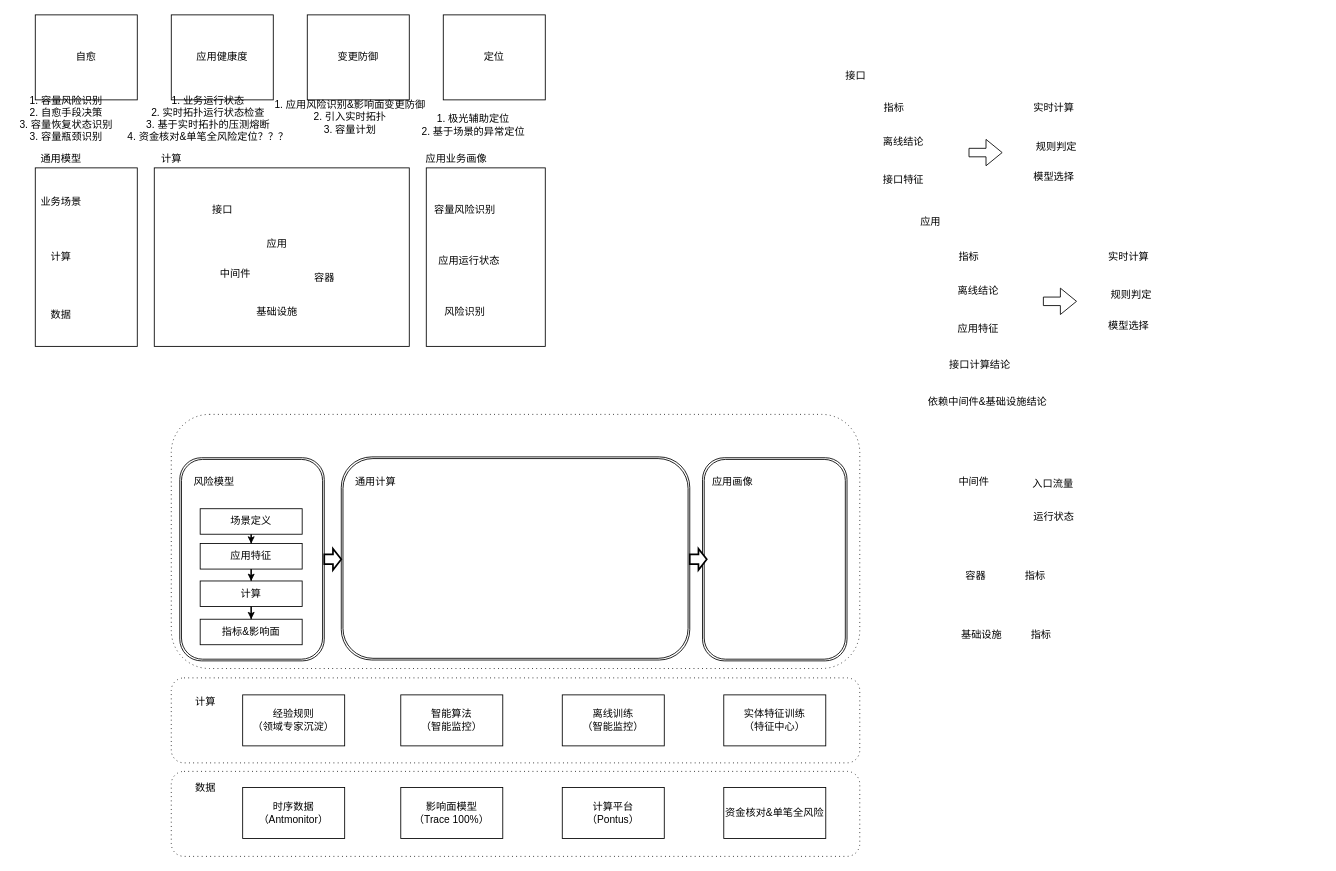
This is 应用画像大图.drawio from frankneu/draw.io, a draw.io file, before an edit. Source tidied: cells renumbered, new cells numbered last; positions are measured from the earlier drawing's top-left corner, leaving out a move shared by most shapes. Both pictures are drawn from the tidied source at 85%, with x=0, y=0 at pixel (14, 14).
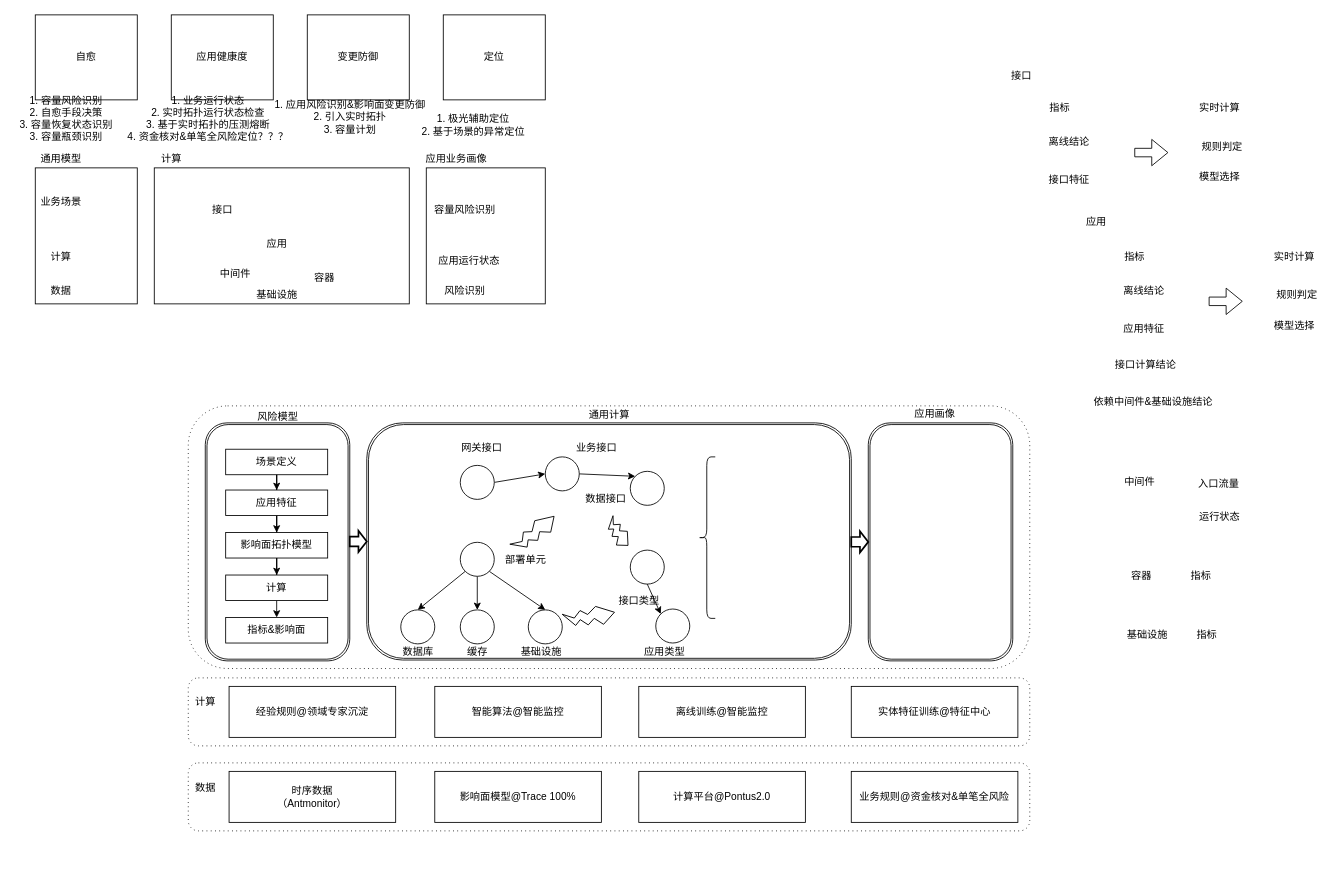
The same diagram, later.

Commit message:
Update 应用画像大图.drawio

The edit, as a diff of the source:
```diff
@@
     <mxCell id="2" style="shape=ext;rounded=1;html=1;whiteSpace=wrap;dashed=1;dashPattern=1 4;" parent="1" vertex="1">
-      <mxGeometry x="184" y="470" width="810" height="299" as="geometry" />
+      <mxGeometry x="204" y="460" width="990" height="309" as="geometry" />
     </mxCell>
     <mxCell id="3" style="shape=ext;rounded=1;html=1;whiteSpace=wrap;dashed=1;dashPattern=1 4;" parent="1" vertex="1">
-      <mxGeometry x="184" y="780" width="810" height="100" as="geometry" />
+      <mxGeometry x="204" y="780" width="990" height="80" as="geometry" />
     </mxCell>
     <mxCell id="4" style="shape=ext;rounded=1;html=1;whiteSpace=wrap;dashed=1;dashPattern=1 4;" parent="1" vertex="1">
-      <mxGeometry x="184" y="890" width="810" height="100" as="geometry" />
+      <mxGeometry x="204" y="880" width="990" height="80" as="geometry" />
     </mxCell>
     <mxCell id="5" value="时序数据&lt;br&gt;（Antmonitor）" style="rounded=0;whiteSpace=wrap;html=1;" parent="1" vertex="1">
-      <mxGeometry x="268" y="909" width="120" height="60" as="geometry" />
+      <mxGeometry x="252" y="890" width="196" height="60" as="geometry" />
     </mxCell>
-    <mxCell id="6" value="影响面模型&lt;br&gt;（Trace 100%）" style="rounded=0;whiteSpace=wrap;html=1;" parent="1" vertex="1">
-      <mxGeometry x="454" y="909" width="120" height="60" as="geometry" />
+    <mxCell id="6" value="影响面模型@Trace 100%" style="rounded=0;whiteSpace=wrap;html=1;" parent="1" vertex="1">
+      <mxGeometry x="494" y="890" width="196" height="60" as="geometry" />
     </mxCell>
-    <mxCell id="7" value="计算平台&lt;br&gt;（Pontus）" style="rounded=0;whiteSpace=wrap;html=1;" parent="1" vertex="1">
-      <mxGeometry x="644" y="909" width="120" height="60" as="geometry" />
+    <mxCell id="7" value="计算平台@Pontus2.0" style="rounded=0;whiteSpace=wrap;html=1;" parent="1" vertex="1">
+      <mxGeometry x="734" y="890" width="196" height="60" as="geometry" />
     </mxCell>
-    <mxCell id="8" value="经验规则&lt;br&gt;（领域专家沉淀）" style="rounded=0;whiteSpace=wrap;html=1;" parent="1" vertex="1">
-      <mxGeometry x="268" y="800" width="120" height="60" as="geometry" />
+    <mxCell id="8" value="经验规则@领域专家沉淀" style="rounded=0;whiteSpace=wrap;html=1;" parent="1" vertex="1">
+      <mxGeometry x="252" y="790" width="196" height="60" as="geometry" />
     </mxCell>
-    <mxCell id="9" value="智能算法&lt;br&gt;（智能监控）" style="rounded=0;whiteSpace=wrap;html=1;" parent="1" vertex="1">
-      <mxGeometry x="454" y="800" width="120" height="60" as="geometry" />
+    <mxCell id="9" value="智能算法@智能监控" style="rounded=0;whiteSpace=wrap;html=1;" parent="1" vertex="1">
+      <mxGeometry x="494" y="790" width="196" height="60" as="geometry" />
     </mxCell>
-    <mxCell id="10" value="离线训练&lt;br&gt;（智能监控）" style="rounded=0;whiteSpace=wrap;html=1;" parent="1" vertex="1">
-      <mxGeometry x="644" y="800" width="120" height="60" as="geometry" />
+    <mxCell id="10" value="离线训练@智能监控" style="rounded=0;whiteSpace=wrap;html=1;" parent="1" vertex="1">
+      <mxGeometry x="734" y="790" width="196" height="60" as="geometry" />
     </mxCell>
     <mxCell id="11" style="rounded=0;whiteSpace=wrap;html=1;" parent="1" vertex="1">
-      <mxGeometry x="24" y="180" width="120" height="210" as="geometry" />
+      <mxGeometry x="24" y="180" width="120" height="160" as="geometry" />
     </mxCell>
@@
     <mxCell id="15" style="rounded=0;whiteSpace=wrap;html=1;" parent="1" vertex="1">
-      <mxGeometry x="164" y="180" width="300" height="210" as="geometry" />
+      <mxGeometry x="164" y="180" width="300" height="160" as="geometry" />
     </mxCell>
     <mxCell id="16" style="rounded=0;whiteSpace=wrap;html=1;" parent="1" vertex="1">
-      <mxGeometry x="484" y="180" width="140" height="210" as="geometry" />
+      <mxGeometry x="484" y="180" width="140" height="160" as="geometry" />
     </mxCell>
@@
     <mxCell id="27" value="数据" style="text;html=1;align=center;verticalAlign=middle;" parent="1" vertex="1">
-      <mxGeometry x="34" y="343" width="40" height="20" as="geometry" />
+      <mxGeometry x="34" y="315" width="40" height="20" as="geometry" />
     </mxCell>
@@
     <mxCell id="30" value="风险识别" style="text;html=1;align=center;verticalAlign=middle;" parent="1" vertex="1">
-      <mxGeometry x="499" y="340" width="60" height="20" as="geometry" />
+      <mxGeometry x="499" y="315" width="60" height="20" as="geometry" />
     </mxCell>
@@
     <mxCell id="35" value="基础设施" style="text;html=1;align=center;verticalAlign=middle;" parent="1" vertex="1">
-      <mxGeometry x="278" y="340" width="60" height="20" as="geometry" />
+      <mxGeometry x="278" y="320" width="60" height="20" as="geometry" />
     </mxCell>
     <mxCell id="36" value="指标" style="text;html=1;align=center;verticalAlign=middle;" parent="1" vertex="1">
-      <mxGeometry x="1101.5" y="275" width="40" height="20" as="geometry" />
+      <mxGeometry x="1296.5" y="275" width="40" height="20" as="geometry" />
     </mxCell>
     <mxCell id="37" value="离线结论" style="text;html=1;align=center;verticalAlign=middle;" parent="1" vertex="1">
-      <mxGeometry x="1102.5" y="315" width="60" height="20" as="geometry" />
+      <mxGeometry x="1297.5" y="315" width="60" height="20" as="geometry" />
     </mxCell>
     <mxCell id="38" value="应用特征" style="text;html=1;align=center;verticalAlign=middle;" parent="1" vertex="1">
-      <mxGeometry x="1102.5" y="359" width="60" height="20" as="geometry" />
+      <mxGeometry x="1297.5" y="359" width="60" height="20" as="geometry" />
     </mxCell>
     <mxCell id="39" value="实时计算" style="text;html=1;align=center;verticalAlign=middle;" parent="1" vertex="1">
-      <mxGeometry x="1279.5" y="275" width="60" height="20" as="geometry" />
+      <mxGeometry x="1474.5" y="275" width="60" height="20" as="geometry" />
     </mxCell>
     <mxCell id="40" value="规则判定" style="text;html=1;align=center;verticalAlign=middle;" parent="1" vertex="1">
-      <mxGeometry x="1282.5" y="320" width="60" height="20" as="geometry" />
+      <mxGeometry x="1477.5" y="320" width="60" height="20" as="geometry" />
     </mxCell>
     <mxCell id="41" value="模型选择" style="text;html=1;align=center;verticalAlign=middle;" parent="1" vertex="1">
-      <mxGeometry x="1279.5" y="356" width="60" height="20" as="geometry" />
+      <mxGeometry x="1474.5" y="356" width="60" height="20" as="geometry" />
     </mxCell>
     <mxCell id="42" style="shape=flexArrow;endArrow=classic;html=1;" parent="1" edge="1">
       <mxGeometry relative="1" as="geometry">
-        <mxPoint x="1209.5" y="337" as="sourcePoint" />
-        <mxPoint x="1249.5" y="337" as="targetPoint" />
+        <mxPoint x="1404.5" y="337" as="sourcePoint" />
+        <mxPoint x="1444.5" y="337" as="targetPoint" />
       </mxGeometry>
     </mxCell>
     <mxCell id="43" value="指标" style="text;html=1;align=center;verticalAlign=middle;" parent="1" vertex="1">
-      <mxGeometry x="1014" y="100" width="40" height="20" as="geometry" />
+      <mxGeometry x="1209" y="100" width="40" height="20" as="geometry" />
     </mxCell>
     <mxCell id="44" value="离线结论" style="text;html=1;align=center;verticalAlign=middle;" parent="1" vertex="1">
-      <mxGeometry x="1015" y="140" width="60" height="20" as="geometry" />
+      <mxGeometry x="1210" y="140" width="60" height="20" as="geometry" />
     </mxCell>
     <mxCell id="45" value="接口特征" style="text;html=1;align=center;verticalAlign=middle;" parent="1" vertex="1">
-      <mxGeometry x="1015" y="184" width="60" height="20" as="geometry" />
+      <mxGeometry x="1210" y="184" width="60" height="20" as="geometry" />
     </mxCell>
     <mxCell id="46" value="实时计算" style="text;html=1;align=center;verticalAlign=middle;" parent="1" vertex="1">
-      <mxGeometry x="1192" y="100" width="60" height="20" as="geometry" />
+      <mxGeometry x="1387" y="100" width="60" height="20" as="geometry" />
     </mxCell>
     <mxCell id="47" value="规则判定" style="text;html=1;align=center;verticalAlign=middle;" parent="1" vertex="1">
-      <mxGeometry x="1195" y="145" width="60" height="20" as="geometry" />
+      <mxGeometry x="1390" y="145" width="60" height="20" as="geometry" />
     </mxCell>
     <mxCell id="48" value="模型选择" style="text;html=1;align=center;verticalAlign=middle;" parent="1" vertex="1">
-      <mxGeometry x="1192" y="181" width="60" height="20" as="geometry" />
+      <mxGeometry x="1387" y="181" width="60" height="20" as="geometry" />
     </mxCell>
     <mxCell id="49" style="shape=flexArrow;endArrow=classic;html=1;" parent="1" edge="1">
       <mxGeometry relative="1" as="geometry">
-        <mxPoint x="1122" y="162" as="sourcePoint" />
-        <mxPoint x="1162" y="162" as="targetPoint" />
+        <mxPoint x="1317" y="162" as="sourcePoint" />
+        <mxPoint x="1357" y="162" as="targetPoint" />
       </mxGeometry>
     </mxCell>
     <mxCell id="50" value="接口" style="text;html=1;align=center;verticalAlign=middle;" parent="1" vertex="1">
-      <mxGeometry x="969" y="62" width="40" height="20" as="geometry" />
+      <mxGeometry x="1164" y="62" width="40" height="20" as="geometry" />
     </mxCell>
     <mxCell id="51" value="应用" style="text;html=1;align=center;verticalAlign=middle;" parent="1" vertex="1">
-      <mxGeometry x="1056.5" y="234" width="40" height="20" as="geometry" />
+      <mxGeometry x="1251.5" y="234" width="40" height="20" as="geometry" />
     </mxCell>
     <mxCell id="52" value="接口计算结论" style="text;html=1;align=center;verticalAlign=middle;" parent="1" vertex="1">
-      <mxGeometry x="1089.5" y="402" width="90" height="20" as="geometry" />
+      <mxGeometry x="1284.5" y="402" width="90" height="20" as="geometry" />
     </mxCell>
     <mxCell id="53" value="依赖中间件&amp;amp;基础设施结论" style="text;html=1;align=center;verticalAlign=middle;" parent="1" vertex="1">
-      <mxGeometry x="1063.5" y="445" width="160" height="20" as="geometry" />
+      <mxGeometry x="1258.5" y="445" width="160" height="20" as="geometry" />
     </mxCell>
     <mxCell id="54" value="中间件" style="text;html=1;align=center;verticalAlign=middle;" parent="1" vertex="1">
-      <mxGeometry x="1103" y="540" width="50" height="20" as="geometry" />
+      <mxGeometry x="1298" y="540" width="50" height="20" as="geometry" />
     </mxCell>
     <mxCell id="55" value="入口流量" style="text;html=1;align=center;verticalAlign=middle;" parent="1" vertex="1">
-      <mxGeometry x="1191" y="542" width="60" height="20" as="geometry" />
+      <mxGeometry x="1386" y="542" width="60" height="20" as="geometry" />
     </mxCell>
     <mxCell id="56" value="运行状态" style="text;html=1;align=center;verticalAlign=middle;" parent="1" vertex="1">
-      <mxGeometry x="1192" y="581" width="60" height="20" as="geometry" />
+      <mxGeometry x="1387" y="581" width="60" height="20" as="geometry" />
     </mxCell>
     <mxCell id="57" value="基础设施" style="text;html=1;align=center;verticalAlign=middle;" parent="1" vertex="1">
-      <mxGeometry x="1106.5" y="720" width="60" height="20" as="geometry" />
+      <mxGeometry x="1301.5" y="720" width="60" height="20" as="geometry" />
     </mxCell>
     <mxCell id="58" value="指标" style="text;html=1;align=center;verticalAlign=middle;" parent="1" vertex="1">
-      <mxGeometry x="1186.5" y="720" width="40" height="20" as="geometry" />
+      <mxGeometry x="1381.5" y="720" width="40" height="20" as="geometry" />
     </mxCell>
     <mxCell id="59" value="容器" style="text;html=1;align=center;verticalAlign=middle;" parent="1" vertex="1">
-      <mxGeometry x="1109.5" y="650" width="40" height="20" as="geometry" />
+      <mxGeometry x="1304.5" y="650" width="40" height="20" as="geometry" />
     </mxCell>
     <mxCell id="60" value="指标" style="text;html=1;align=center;verticalAlign=middle;" parent="1" vertex="1">
-      <mxGeometry x="1179.5" y="650" width="40" height="20" as="geometry" />
+      <mxGeometry x="1374.5" y="650" width="40" height="20" as="geometry" />
     </mxCell>
-    <mxCell id="61" value="资金核对&amp;amp;单笔全风险" style="rounded=0;whiteSpace=wrap;html=1;" parent="1" vertex="1">
-      <mxGeometry x="834" y="909" width="120" height="60" as="geometry" />
+    <mxCell id="61" value="业务规则@资金核对&amp;amp;单笔全风险" style="rounded=0;whiteSpace=wrap;html=1;" parent="1" vertex="1">
+      <mxGeometry x="984" y="890" width="196" height="60" as="geometry" />
     </mxCell>
@@
-    <mxCell id="64" value="实体特征训练&lt;br&gt;（特征中心）" style="rounded=0;whiteSpace=wrap;html=1;" parent="1" vertex="1">
-      <mxGeometry x="834" y="800" width="120" height="60" as="geometry" />
-    </mxCell>
     <mxCell id="65" style="shape=ext;rounded=1;html=1;whiteSpace=wrap;double=1;" parent="1" vertex="1">
-      <mxGeometry x="194" y="521" width="170" height="239" as="geometry" />
+      <mxGeometry x="224" y="480" width="170" height="280" as="geometry" />
     </mxCell>
     <mxCell id="66" style="shape=ext;rounded=1;html=1;whiteSpace=wrap;double=1;" parent="1" vertex="1">
-      <mxGeometry x="384" y="520" width="410" height="239" as="geometry" />
+      <mxGeometry x="414" y="480" width="570" height="279" as="geometry" />
     </mxCell>
     <mxCell id="67" style="shape=ext;rounded=1;html=1;whiteSpace=wrap;double=1;" parent="1" vertex="1">
-      <mxGeometry x="809" y="521" width="170" height="239" as="geometry" />
+      <mxGeometry x="1004" y="480" width="170" height="280" as="geometry" />
     </mxCell>
     <mxCell id="68" value="风险模型" style="text;html=1;align=center;verticalAlign=middle;" parent="1" vertex="1">
-      <mxGeometry x="204" y="540" width="60" height="20" as="geometry" />
+      <mxGeometry x="279" y="463" width="60" height="20" as="geometry" />
     </mxCell>
     <mxCell id="69" value="通用计算" style="text;html=1;align=center;verticalAlign=middle;" parent="1" vertex="1">
-      <mxGeometry x="394" y="540" width="60" height="20" as="geometry" />
+      <mxGeometry x="669" y="460.5" width="60" height="20" as="geometry" />
     </mxCell>
     <mxCell id="70" value="应用画像" style="text;html=1;align=center;verticalAlign=middle;" parent="1" vertex="1">
-      <mxGeometry x="814" y="540" width="60" height="20" as="geometry" />
+      <mxGeometry x="1052" y="460" width="60" height="20" as="geometry" />
     </mxCell>
     <mxCell id="71" style="verticalLabelPosition=bottom;verticalAlign=top;html=1;strokeWidth=2;shape=mxgraph.arrows2.arrow;dy=0.54;dx=9.79;notch=0;" parent="1" vertex="1">
-      <mxGeometry x="364" y="628" width="20" height="25" as="geometry" />
+      <mxGeometry x="394" y="607" width="20" height="25" as="geometry" />
     </mxCell>
     <mxCell id="72" style="verticalLabelPosition=bottom;verticalAlign=top;html=1;strokeWidth=2;shape=mxgraph.arrows2.arrow;dy=0.54;dx=9.79;notch=0;" parent="1" vertex="1">
-      <mxGeometry x="794" y="628" width="20" height="25" as="geometry" />
+      <mxGeometry x="984" y="607.5" width="20" height="25" as="geometry" />
     </mxCell>
@@
     <mxCell id="74" value="场景定义" style="rounded=0;whiteSpace=wrap;html=1;" parent="1" vertex="1">
-      <mxGeometry x="218" y="581" width="120" height="30" as="geometry" />
+      <mxGeometry x="248" y="511" width="120" height="30" as="geometry" />
     </mxCell>
@@
     <mxCell id="76" value="应用特征" style="rounded=0;whiteSpace=wrap;html=1;" parent="1" vertex="1">
-      <mxGeometry x="218" y="622" width="120" height="30" as="geometry" />
+      <mxGeometry x="248" y="559" width="120" height="30" as="geometry" />
     </mxCell>
@@
-    <mxCell id="78" value="计算" style="rounded=0;whiteSpace=wrap;html=1;" parent="1" vertex="1">
-      <mxGeometry x="218" y="666" width="120" height="30" as="geometry" />
+    <mxCell id="78" value="影响面拓扑模型" style="rounded=0;whiteSpace=wrap;html=1;" parent="1" vertex="1">
+      <mxGeometry x="248" y="609" width="120" height="30" as="geometry" />
     </mxCell>
+    <mxCell id="80" style="edgeStyle=none;rounded=0;jettySize=auto;html=1;" parent="1" edge="1" source="79" target="81">
+      <mxGeometry relative="1" as="geometry" />
+    </mxCell>
-    <mxCell id="79" value="指标&amp;amp;影响面" style="rounded=0;whiteSpace=wrap;html=1;" parent="1" vertex="1">
-      <mxGeometry x="218" y="711" width="120" height="30" as="geometry" />
+    <mxCell id="79" value="计算" style="rounded=0;whiteSpace=wrap;html=1;" parent="1" vertex="1">
+      <mxGeometry x="248" y="659" width="120" height="30" as="geometry" />
     </mxCell>
+    <mxCell id="81" value="指标&amp;amp;影响面" style="rounded=0;whiteSpace=wrap;html=1;" parent="1" vertex="1">
+      <mxGeometry x="248" y="709" width="120" height="30" as="geometry" />
+    </mxCell>
+    <mxCell id="82" style="rounded=0;jettySize=auto;html=1;exitX=1;exitY=0.5;exitDx=0;exitDy=0;entryX=0;entryY=0.5;entryDx=0;entryDy=0;" parent="1" edge="1" source="83" target="85">
+      <mxGeometry relative="1" as="geometry" />
+    </mxCell>
+    <mxCell id="83" style="ellipse;whiteSpace=wrap;html=1;" parent="1" vertex="1">
+      <mxGeometry x="524" y="530" width="40" height="40" as="geometry" />
+    </mxCell>
+    <mxCell id="84" style="rounded=0;jettySize=auto;html=1;exitX=1;exitY=0.5;exitDx=0;exitDy=0;entryX=0;entryY=0;entryDx=0;entryDy=0;" parent="1" edge="1" source="85" target="90">
+      <mxGeometry relative="1" as="geometry" />
+    </mxCell>
+    <mxCell id="85" style="ellipse;whiteSpace=wrap;html=1;" parent="1" vertex="1">
+      <mxGeometry x="624" y="520" width="40" height="40" as="geometry" />
+    </mxCell>
+    <mxCell id="86" style="edgeStyle=none;rounded=0;jettySize=auto;html=1;exitX=0.5;exitY=1;exitDx=0;exitDy=0;" parent="1" edge="1" source="89" target="95">
+      <mxGeometry relative="1" as="geometry" />
+    </mxCell>
+    <mxCell id="87" style="edgeStyle=none;rounded=0;jettySize=auto;html=1;exitX=1;exitY=1;exitDx=0;exitDy=0;entryX=0.5;entryY=0;entryDx=0;entryDy=0;" parent="1" edge="1" source="89" target="96">
+      <mxGeometry relative="1" as="geometry" />
+    </mxCell>
+    <mxCell id="88" style="edgeStyle=none;rounded=0;jettySize=auto;html=1;exitX=0;exitY=1;exitDx=0;exitDy=0;entryX=0.5;entryY=0;entryDx=0;entryDy=0;" parent="1" edge="1" source="89" target="100">
+      <mxGeometry relative="1" as="geometry" />
+    </mxCell>
+    <mxCell id="89" style="ellipse;whiteSpace=wrap;html=1;" parent="1" vertex="1">
+      <mxGeometry x="524" y="620.5" width="40" height="40" as="geometry" />
+    </mxCell>
+    <mxCell id="90" style="ellipse;whiteSpace=wrap;html=1;" parent="1" vertex="1">
+      <mxGeometry x="724" y="537" width="40" height="40" as="geometry" />
+    </mxCell>
+    <mxCell id="91" value="网关接口" style="text;html=1;align=center;verticalAlign=middle;" parent="1" vertex="1">
+      <mxGeometry x="519" y="500" width="60" height="20" as="geometry" />
+    </mxCell>
+    <mxCell id="92" value="业务接口" style="text;html=1;align=center;verticalAlign=middle;" parent="1" vertex="1">
+      <mxGeometry x="654" y="500" width="60" height="20" as="geometry" />
+    </mxCell>
+    <mxCell id="93" value="&amp;nbsp;部署单元" style="text;html=1;align=center;verticalAlign=middle;" parent="1" vertex="1">
+      <mxGeometry x="564" y="630.5" width="70" height="20" as="geometry" />
+    </mxCell>
+    <mxCell id="94" value="数据接口" style="text;html=1;align=center;verticalAlign=middle;" parent="1" vertex="1">
+      <mxGeometry x="665.1" y="560" width="60" height="20" as="geometry" />
+    </mxCell>
+    <mxCell id="95" style="ellipse;whiteSpace=wrap;html=1;" parent="1" vertex="1">
+      <mxGeometry x="524" y="700" width="40" height="40" as="geometry" />
+    </mxCell>
+    <mxCell id="96" style="ellipse;whiteSpace=wrap;html=1;" parent="1" vertex="1">
+      <mxGeometry x="604" y="700" width="40" height="40" as="geometry" />
+    </mxCell>
+    <mxCell id="97" value="数据库" style="text;html=1;align=center;verticalAlign=middle;" parent="1" vertex="1">
+      <mxGeometry x="449" y="739" width="50" height="20" as="geometry" />
+    </mxCell>
+    <mxCell id="98" value="缓存" style="text;html=1;align=center;verticalAlign=middle;" parent="1" vertex="1">
+      <mxGeometry x="524" y="740" width="40" height="20" as="geometry" />
+    </mxCell>
+    <mxCell id="99" value="基础设施" style="text;html=1;align=center;verticalAlign=middle;" parent="1" vertex="1">
+      <mxGeometry x="589" y="739" width="60" height="20" as="geometry" />
+    </mxCell>
+    <mxCell id="100" style="ellipse;whiteSpace=wrap;html=1;" parent="1" vertex="1">
+      <mxGeometry x="454" y="700" width="40" height="40" as="geometry" />
+    </mxCell>
+    <mxCell id="101" style="edgeStyle=none;rounded=0;jettySize=auto;html=1;exitX=0.5;exitY=1;exitDx=0;exitDy=0;entryX=0;entryY=0;entryDx=0;entryDy=0;" parent="1" edge="1" source="102" target="103">
+      <mxGeometry relative="1" as="geometry" />
+    </mxCell>
+    <mxCell id="102" style="ellipse;whiteSpace=wrap;html=1;" parent="1" vertex="1">
+      <mxGeometry x="724" y="629.7" width="40" height="40" as="geometry" />
+    </mxCell>
+    <mxCell id="103" style="ellipse;whiteSpace=wrap;html=1;" parent="1" vertex="1">
+      <mxGeometry x="754" y="699" width="40" height="40" as="geometry" />
+    </mxCell>
+    <mxCell id="104" value="接口类型" style="text;html=1;align=center;verticalAlign=middle;" parent="1" vertex="1">
+      <mxGeometry x="704" y="679" width="60" height="20" as="geometry" />
+    </mxCell>
+    <mxCell id="105" value="应用类型" style="text;html=1;align=center;verticalAlign=middle;" parent="1" vertex="1">
+      <mxGeometry x="734" y="739" width="60" height="20" as="geometry" />
+    </mxCell>
+    <mxCell id="106" style="verticalLabelPosition=bottom;verticalAlign=top;html=1;shape=mxgraph.basic.flash;rotation=45;" parent="1" vertex="1">
+      <mxGeometry x="600" y="580" width="24" height="60" as="geometry" />
+    </mxCell>
+    <mxCell id="107" style="verticalLabelPosition=bottom;verticalAlign=top;html=1;shape=mxgraph.basic.flash;rotation=75;" parent="1" vertex="1">
+      <mxGeometry x="664" y="679" width="24" height="60" as="geometry" />
+    </mxCell>
+    <mxCell id="108" style="verticalLabelPosition=bottom;verticalAlign=top;html=1;shape=mxgraph.basic.flash;rotation=135;" parent="1" vertex="1">
+      <mxGeometry x="698.4" y="591.4" width="21.6" height="37.2" as="geometry" />
+    </mxCell>
+    <mxCell id="109" value="实体特征训练@特征中心" style="rounded=0;whiteSpace=wrap;html=1;" parent="1" vertex="1">
+      <mxGeometry x="984" y="790" width="196" height="60" as="geometry" />
+    </mxCell>
+    <mxCell id="110" style="shape=curlyBracket;whiteSpace=wrap;html=1;rounded=1;" parent="1" vertex="1">
+      <mxGeometry x="804" y="520" width="20" height="190" as="geometry" />
+    </mxCell>
```
